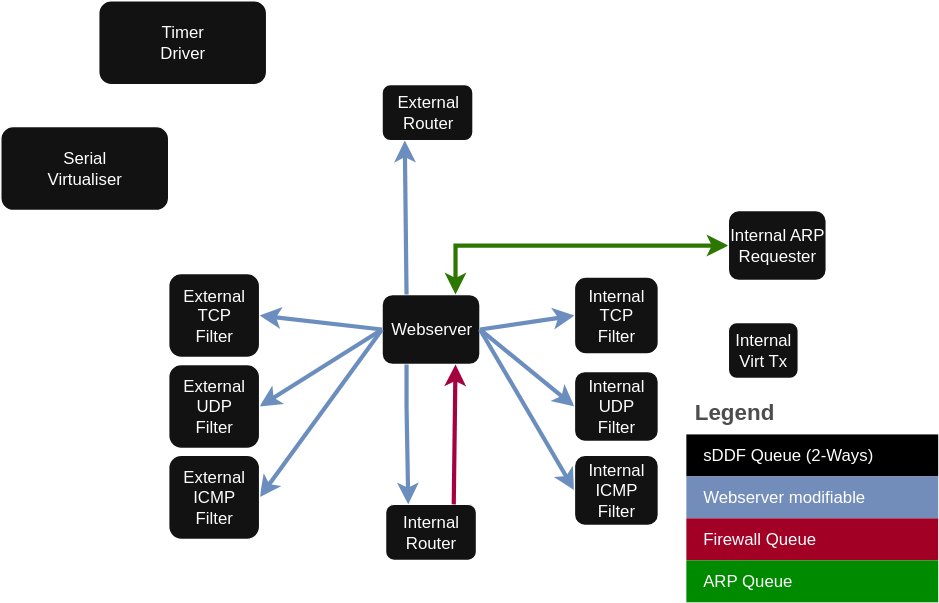
Before: static/firewall_webserver.svg, a diagram exported from draw.io (au-ts/lionsos.org). Source tidied: cells renumbered, new cells last; positions are measured from the earlier drawing's top-left corner, leaving out a move shared by most shapes.
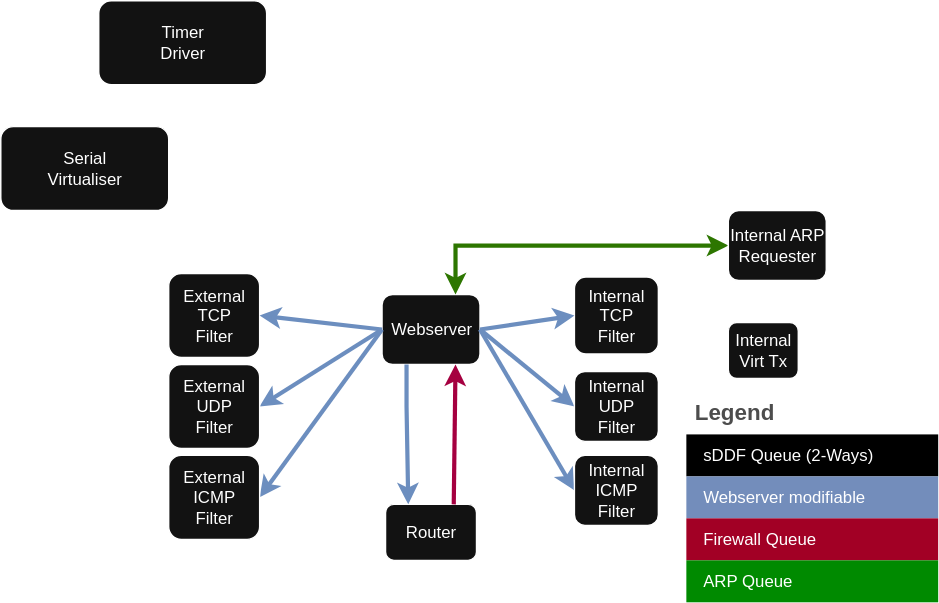
The same diagram one commit later.

Diff of the diagram source:
```diff
@@ -5,7 +5,7 @@
     <mxCell id="2" value="&lt;div&gt;Internal Virt Tx&lt;/div&gt;" style="rounded=1;whiteSpace=wrap;html=1;" parent="1" vertex="1">
       <mxGeometry x="520" y="230" width="50" height="40" as="geometry" />
     </mxCell>
-    <mxCell id="3" value="Internal Router" style="rounded=1;whiteSpace=wrap;html=1;" parent="1" vertex="1">
+    <mxCell id="3" value="Router" style="rounded=1;whiteSpace=wrap;html=1;" parent="1" vertex="1">
       <mxGeometry x="275" y="360" width="65" height="40" as="geometry" />
     </mxCell>
     <mxCell id="4" value="Webserver" style="rounded=1;whiteSpace=wrap;html=1;" parent="1" vertex="1">
@@ -103,12 +103,6 @@
     <mxCell id="30" value="ARP Queue" style="shape=partialRectangle;html=1;whiteSpace=wrap;strokeColor=#005700;overflow=hidden;fillColor=#008a00;top=0;left=0;bottom=0;right=0;fontSize=12;align=left;fontColor=#ffffff;spacingLeft=10;spacingRight=4;" parent="29" vertex="1">
       <mxGeometry width="180" height="30" as="geometry" />
     </mxCell>
-    <mxCell id="31" value="External Router" style="rounded=1;whiteSpace=wrap;html=1;" parent="1" vertex="1">
-      <mxGeometry x="272.5" y="60" width="65" height="40" as="geometry" />
-    </mxCell>
-    <mxCell id="32" style="endArrow=classic;html=1;rounded=0;entryX=0.25;entryY=1;entryDx=0;entryDy=0;fillColor=#dae8fc;strokeColor=#6c8ebf;strokeWidth=3;exitX=0.25;exitY=0;exitDx=0;exitDy=0;" parent="1" edge="1" source="4" target="31">
-      <mxGeometry relative="1" as="geometry" />
-    </mxCell>
     <mxCell id="33" value="&lt;div&gt;External UDP&lt;/div&gt;&lt;div&gt;Filter&lt;/div&gt;" style="rounded=1;whiteSpace=wrap;html=1;" parent="1" vertex="1">
       <mxGeometry x="120" y="260" width="65" height="60" as="geometry" />
     </mxCell>
```
